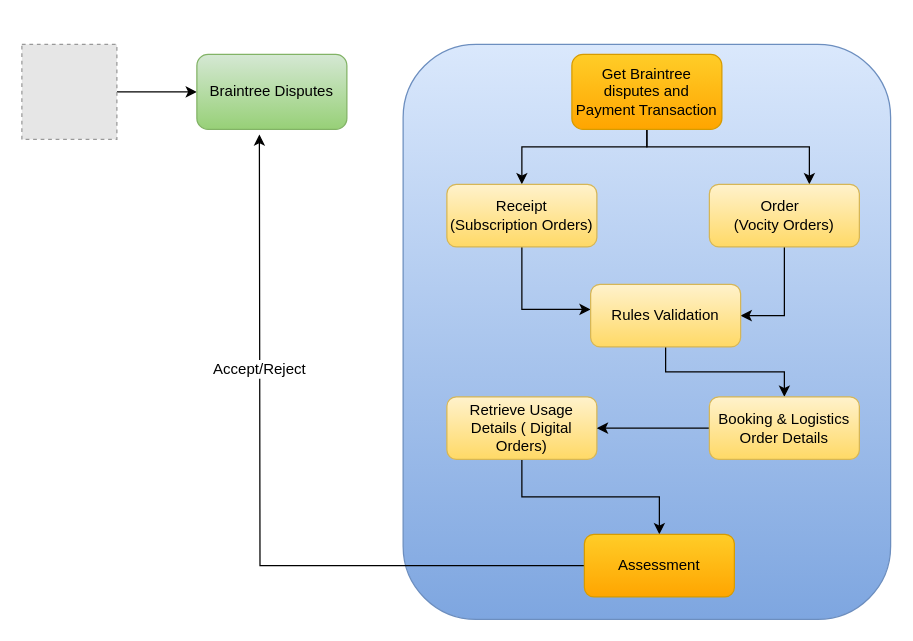
This is Untitled Diagram.drawio from evasanthan/FileVas, a draw.io file, before an edit. Source tidied: cells renumbered, new cells numbered last; positions are measured from the earlier drawing's top-left corner, leaving out a move shared by most shapes. Both pictures are drawn from the tidied source at 125%, with x=0, y=0 at pixel (21, 44). Pictures stored in the file or linked from it are replaced by grey dashed boxes.
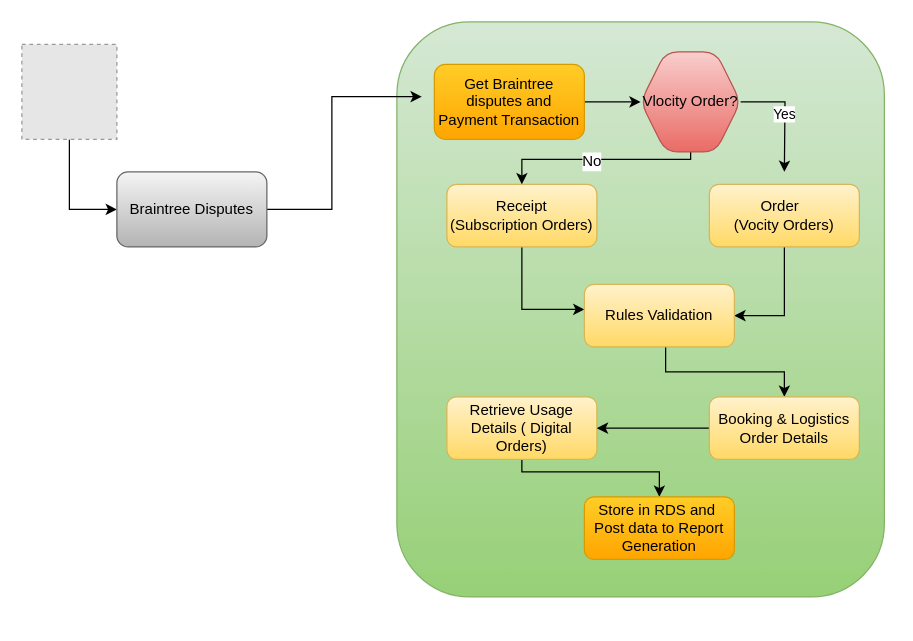
The same page after the edit.

The change refers to these unchanged cells:
```xml
<mxCell id="10" value="Receipt &lt;br&gt;(Subscription Orders)" style="rounded=1;whiteSpace=wrap;html=1;fillColor=#fff2cc;strokeColor=#d6b656;gradientColor=#ffd966;" parent="1" vertex="1">
  <mxGeometry x="340" y="112" width="120" height="50" as="geometry" />
</mxCell>
<mxCell id="12" value="&amp;nbsp; &amp;nbsp; &amp;nbsp; &amp;nbsp; &amp;nbsp;Order&amp;nbsp; &amp;nbsp; &amp;nbsp; &amp;nbsp; &amp;nbsp; &amp;nbsp; (Vocity Orders)" style="rounded=1;whiteSpace=wrap;html=1;fillColor=#fff2cc;strokeColor=#d6b656;gradientColor=#ffd966;" parent="1" vertex="1">
  <mxGeometry x="550" y="112" width="120" height="50" as="geometry" />
</mxCell>
<mxCell id="16" value="Retrieve Usage Details ( Digital Orders)" style="rounded=1;whiteSpace=wrap;html=1;fillColor=#fff2cc;strokeColor=#d6b656;gradientColor=#ffd966;" parent="1" vertex="1">
  <mxGeometry x="340" y="282" width="120" height="50" as="geometry" />
</mxCell>
```

Change to the diagram source:
```diff
@@
-    <mxCell id="2" style="rounded=1;whiteSpace=wrap;html=1;gradientColor=#7ea6e0;fillColor=#dae8fc;strokeColor=#6c8ebf;glass=0;shadow=0;comic=0;" parent="1" vertex="1">
-      <mxGeometry x="305" width="390" height="460" as="geometry" />
+    <mxCell id="2" style="rounded=1;whiteSpace=wrap;html=1;gradientColor=#97d077;fillColor=#d5e8d4;strokeColor=#82b366;glass=0;shadow=0;comic=0;" parent="1" vertex="1">
+      <mxGeometry x="300" y="-18" width="390" height="460" as="geometry" />
     </mxCell>
@@
+    <mxCell id="22" style="edgeStyle=orthogonalEdgeStyle;rounded=0;jettySize=auto;html=1;entryX=0.051;entryY=0.13;entryDx=0;entryDy=0;entryPerimeter=0;" parent="1" edge="1" source="5" target="2">
+      <mxGeometry relative="1" as="geometry" />
+    </mxCell>
-    <mxCell id="5" value="Braintree Disputes" style="rounded=1;whiteSpace=wrap;html=1;fillColor=#d5e8d4;strokeColor=#82b366;gradientColor=#97d077;" parent="1" vertex="1">
-      <mxGeometry x="140" y="8" width="120" height="60" as="geometry" />
+    <mxCell id="5" value="Braintree Disputes" style="rounded=1;whiteSpace=wrap;html=1;fillColor=#f5f5f5;strokeColor=#666666;gradientColor=#b3b3b3;" parent="1" vertex="1">
+      <mxGeometry x="76" y="102" width="120" height="60" as="geometry" />
     </mxCell>
-    <mxCell id="6" style="edgeStyle=orthogonalEdgeStyle;rounded=0;jettySize=auto;html=1;" parent="1" edge="1" source="8" target="10">
-      <mxGeometry relative="1" as="geometry">
-        <Array as="points">
-          <mxPoint x="500" y="82" />
-          <mxPoint x="400" y="82" />
-        </Array>
-      </mxGeometry>
-    </mxCell>
-    <mxCell id="7" style="edgeStyle=orthogonalEdgeStyle;rounded=0;jettySize=auto;html=1;exitX=0.5;exitY=1;exitDx=0;exitDy=0;" parent="1" edge="1" source="8" target="12">
-      <mxGeometry relative="1" as="geometry">
-        <Array as="points">
-          <mxPoint x="500" y="82" />
-          <mxPoint x="630" y="82" />
-        </Array>
-      </mxGeometry>
-    </mxCell>
+    <mxCell id="23" style="edgeStyle=orthogonalEdgeStyle;rounded=0;jettySize=auto;html=1;entryX=0;entryY=0.5;entryDx=0;entryDy=0;" parent="1" edge="1" source="8" target="27">
+      <mxGeometry relative="1" as="geometry" />
+    </mxCell>
     <mxCell id="8" value="Get Braintree disputes and Payment Transaction" style="rounded=1;whiteSpace=wrap;html=1;fillColor=#ffcd28;strokeColor=#d79b00;gradientColor=#ffa500;" parent="1" vertex="1">
-      <mxGeometry x="440" y="8" width="120" height="60" as="geometry" />
+      <mxGeometry x="330" y="16" width="120" height="60" as="geometry" />
     </mxCell>
@@
     <mxCell id="14" value="Rules Validation" style="rounded=1;whiteSpace=wrap;html=1;fillColor=#fff2cc;strokeColor=#d6b656;gradientColor=#ffd966;" parent="1" vertex="1">
-      <mxGeometry x="455" y="192" width="120" height="50" as="geometry" />
+      <mxGeometry x="450" y="192" width="120" height="50" as="geometry" />
     </mxCell>
     <mxCell id="15" style="edgeStyle=orthogonalEdgeStyle;rounded=0;jettySize=auto;html=1;exitX=0.5;exitY=1;exitDx=0;exitDy=0;" parent="1" edge="1" source="16" target="21">
-      <mxGeometry relative="1" as="geometry" />
+      <mxGeometry relative="1" as="geometry">
+        <Array as="points">
+          <mxPoint x="400" y="342" />
+          <mxPoint x="510" y="342" />
+        </Array>
+      </mxGeometry>
     </mxCell>
@@
-    <mxCell id="19" style="edgeStyle=orthogonalEdgeStyle;rounded=0;jettySize=auto;html=1;" parent="1" edge="1" source="21">
-      <mxGeometry relative="1" as="geometry">
-        <mxPoint x="190" y="72" as="targetPoint" />
-      </mxGeometry>
-    </mxCell>
-    <mxCell id="20" value="Accept/Reject" style="text;html=1;align=center;verticalAlign=middle;labelBackgroundColor=#ffffff;" parent="19" vertex="1">
-      <mxGeometry x="0.38" y="1" relative="1" as="geometry" />
-    </mxCell>
-    <mxCell id="21" value="Assessment" style="rounded=1;whiteSpace=wrap;html=1;fillColor=#ffcd28;strokeColor=#d79b00;gradientColor=#ffa500;" parent="1" vertex="1">
-      <mxGeometry x="450" y="392" width="120" height="50" as="geometry" />
+    <mxCell id="21" value="Store in RDS and&amp;nbsp; Post data to Report Generation" style="rounded=1;whiteSpace=wrap;html=1;fillColor=#ffcd28;strokeColor=#d79b00;gradientColor=#ffa500;" parent="1" vertex="1">
+      <mxGeometry x="450" y="362" width="120" height="50" as="geometry" />
     </mxCell>
+    <mxCell id="24" style="edgeStyle=orthogonalEdgeStyle;rounded=0;jettySize=auto;html=1;entryX=0.5;entryY=0;entryDx=0;entryDy=0;" parent="1" edge="1" source="27" target="10">
+      <mxGeometry relative="1" as="geometry">
+        <Array as="points">
+          <mxPoint x="535" y="92" />
+          <mxPoint x="400" y="92" />
+        </Array>
+      </mxGeometry>
+    </mxCell>
+    <mxCell id="25" value="No" style="text;html=1;align=center;verticalAlign=middle;labelBackgroundColor=#ffffff;" parent="24" vertex="1">
+      <mxGeometry x="0.07" y="1" relative="1" as="geometry" />
+    </mxCell>
+    <mxCell id="26" value="Yes" style="edgeStyle=orthogonalEdgeStyle;rounded=0;jettySize=auto;html=1;" parent="1" edge="1" source="27">
+      <mxGeometry relative="1" as="geometry">
+        <mxPoint x="610" y="102" as="targetPoint" />
+      </mxGeometry>
+    </mxCell>
+    <mxCell id="27" value="Vlocity Order?" style="shape=hexagon;perimeter=hexagonPerimeter2;whiteSpace=wrap;html=1;rounded=1;shadow=0;glass=0;comic=0;gradientColor=#ea6b66;fillColor=#f8cecc;strokeColor=#b85450;" parent="1" vertex="1">
+      <mxGeometry x="495" y="6" width="80" height="80" as="geometry" />
+    </mxCell>
```
